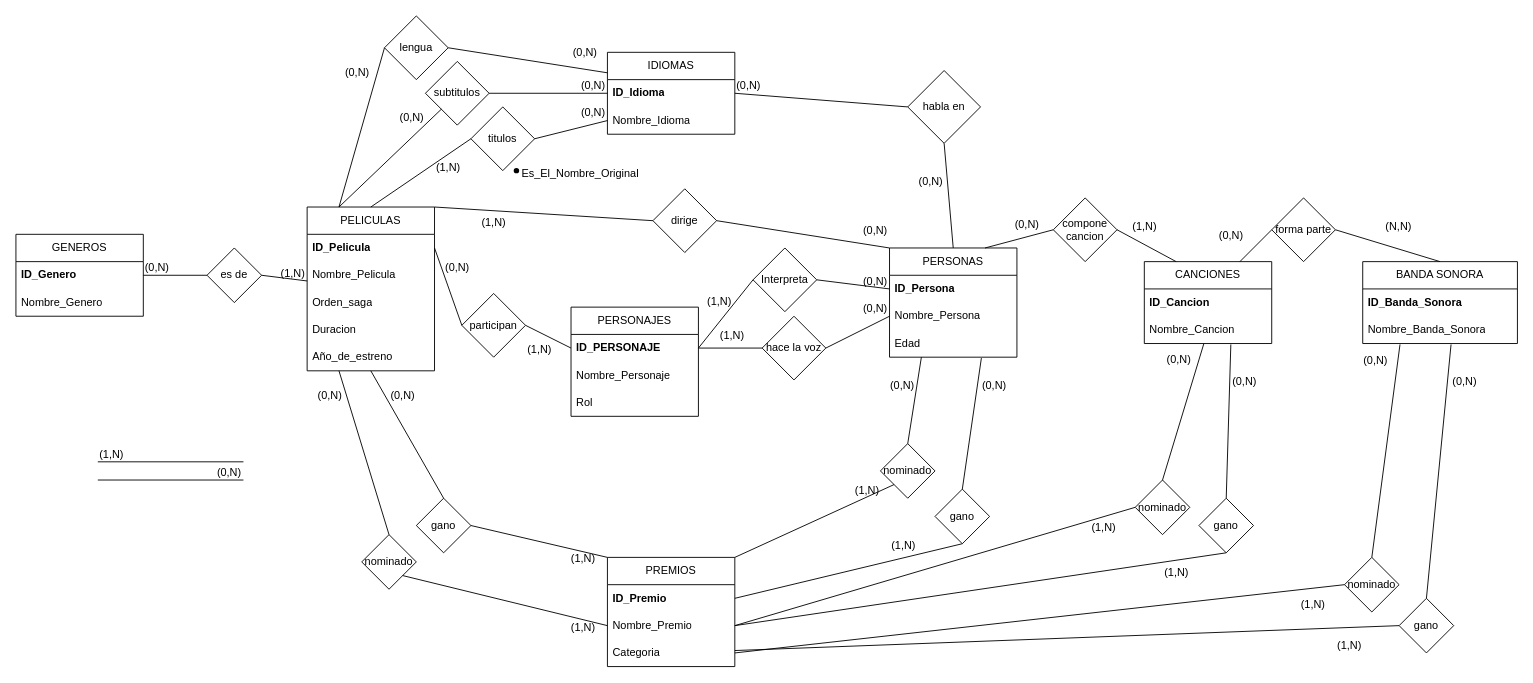
Above: omdb.drawio in kolodani/AUS_Base_de_datos (draw.io), before the change. Source tidied: cells renumbered, new cells numbered last; positions are measured from the earlier drawing's top-left corner, leaving out a move shared by most shapes. Both pictures are drawn from the tidied source at 91%, with x=0, y=0 at pixel (15, 15).
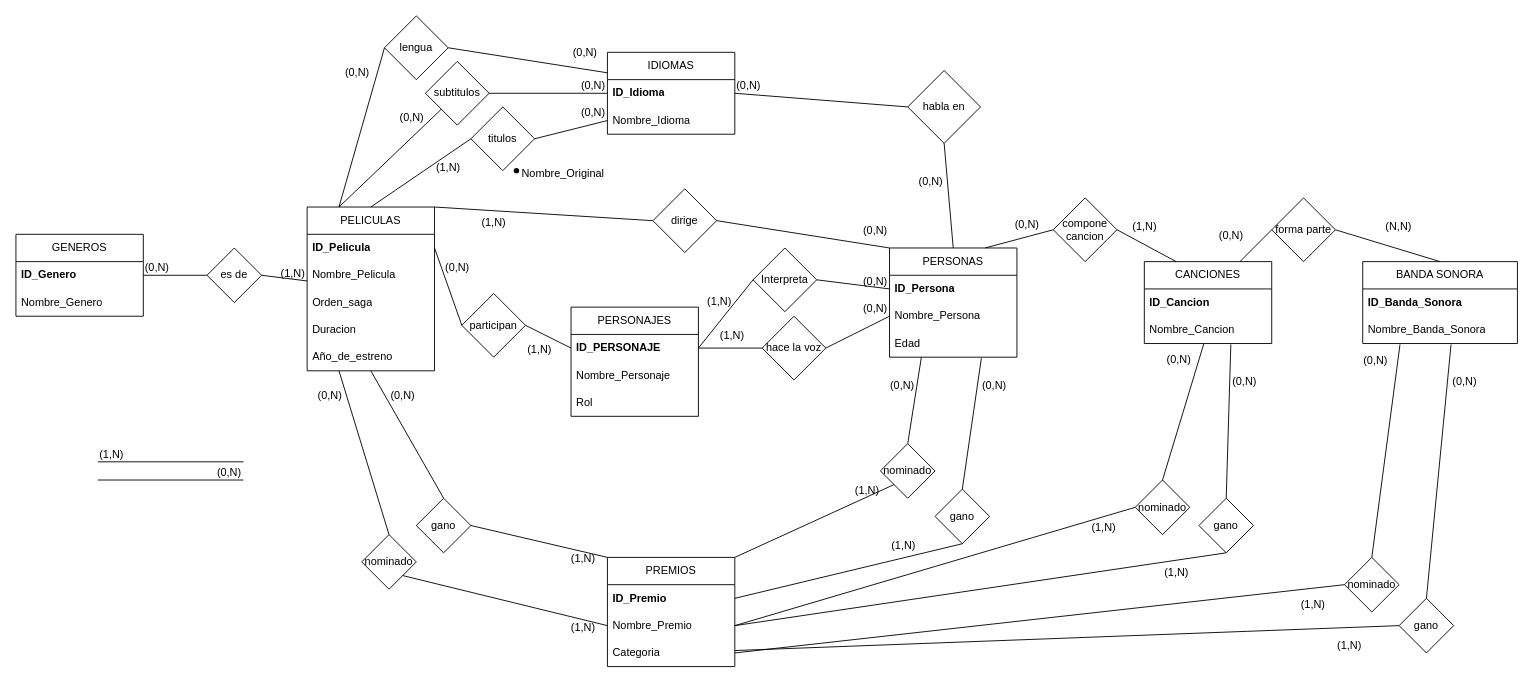
Above is the later version.

Unchanged cells that the change refers to:
```xml
<mxCell id="53" style="group;" parent="1" vertex="1">
  <mxGeometry x="540" y="160" width="170" height="30" as="geometry" />
</mxCell>
```

What changed in the source:
```diff
@@
-    <mxCell id="54" value="Es_El_Nombre_Original" style="text;strokeColor=none;fillColor=none;spacingLeft=4;spacingRight=4;overflow=hidden;fontSize=12;whiteSpace=wrap;html=1;" parent="53" vertex="1">
+    <mxCell id="54" value="Nombre_Original" style="text;strokeColor=none;fillColor=none;spacingLeft=4;spacingRight=4;overflow=hidden;fontSize=12;whiteSpace=wrap;html=1;" parent="53" vertex="1">
       <mxGeometry x="10" width="140" height="30" as="geometry" />
     </mxCell>
```
